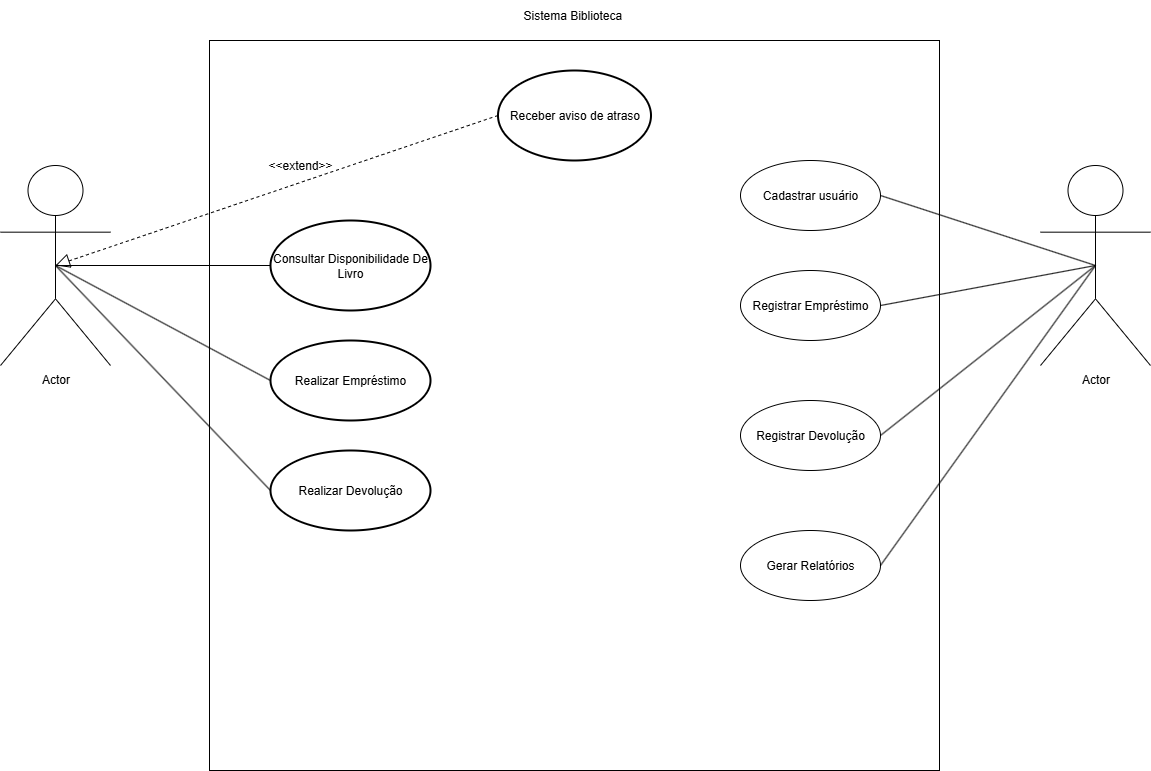
Zaibam/Projeto-DesenvolvimentoDeSistemas-2 keeps this draw.io diagram as Diagrama De Caso De Uso.drawio.png. Above is the earlier version. Source tidied: cells renumbered, new cells last; positions are measured from the earlier drawing's top-left corner, leaving out a move shared by most shapes.
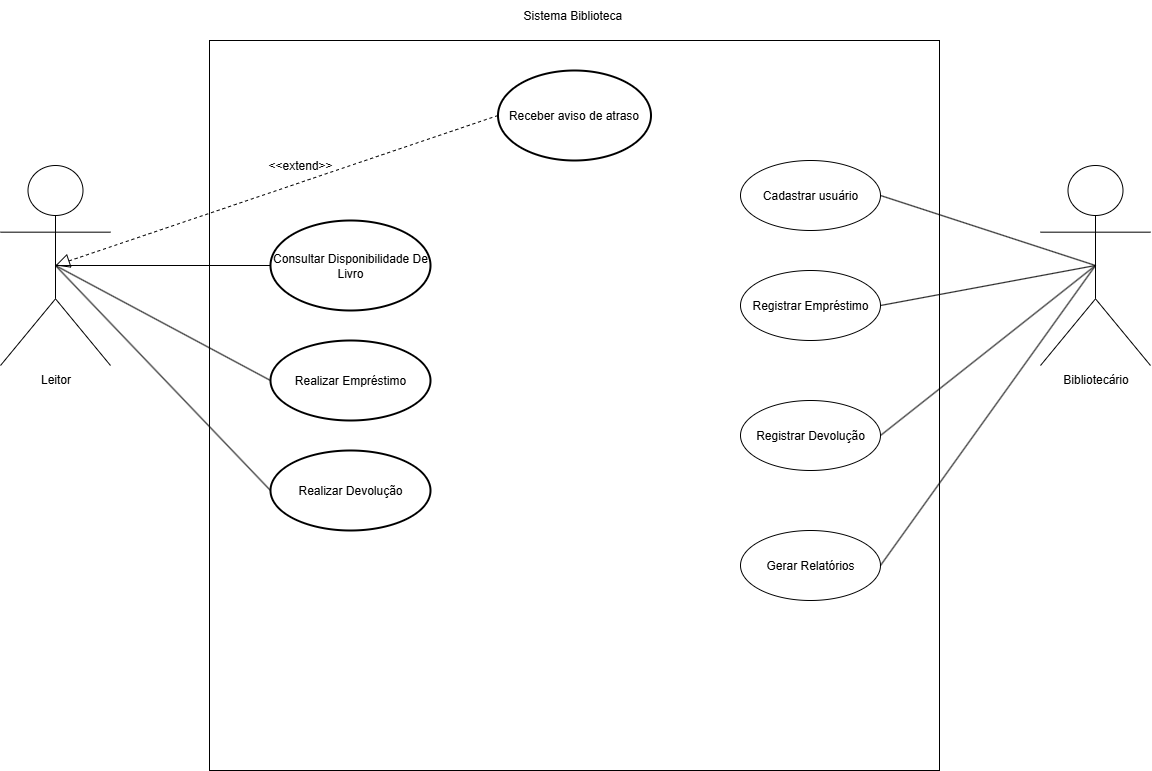
The same diagram one commit later.

What changed in the source:
```diff
@@ -8,7 +8,7 @@
     <mxCell id="3" value="Sistema Biblioteca&amp;nbsp;" style="text;html=1;align=center;verticalAlign=middle;whiteSpace=wrap;rounded=0;" parent="1" vertex="1">
       <mxGeometry x="454" width="240" height="30" as="geometry" />
     </mxCell>
-    <mxCell id="4" value="Actor" style="shape=umlActor;verticalLabelPosition=bottom;verticalAlign=top;html=1;" parent="1" vertex="1">
+    <mxCell id="4" value="Leitor" style="shape=umlActor;verticalLabelPosition=bottom;verticalAlign=top;html=1;" parent="1" vertex="1">
       <mxGeometry y="165" width="110" height="200" as="geometry" />
     </mxCell>
     <mxCell id="5" value="Consultar Disponibilidade De Livro" style="strokeWidth=2;html=1;shape=mxgraph.flowchart.start_1;whiteSpace=wrap;" parent="1" vertex="1">
@@ -23,7 +23,7 @@
     <mxCell id="8" value="Realizar Devolução" style="strokeWidth=2;html=1;shape=mxgraph.flowchart.start_1;whiteSpace=wrap;" parent="1" vertex="1">
       <mxGeometry x="270" y="450" width="160" height="80" as="geometry" />
     </mxCell>
-    <mxCell id="9" value="Actor" style="shape=umlActor;verticalLabelPosition=bottom;verticalAlign=top;html=1;" parent="1" vertex="1">
+    <mxCell id="9" value="Bibliotecário" style="shape=umlActor;verticalLabelPosition=bottom;verticalAlign=top;html=1;" parent="1" vertex="1">
       <mxGeometry x="1040" y="165" width="110" height="200" as="geometry" />
     </mxCell>
     <mxCell id="10" value="Cadastrar usuário" style="ellipse;whiteSpace=wrap;html=1;" parent="1" vertex="1">
```
